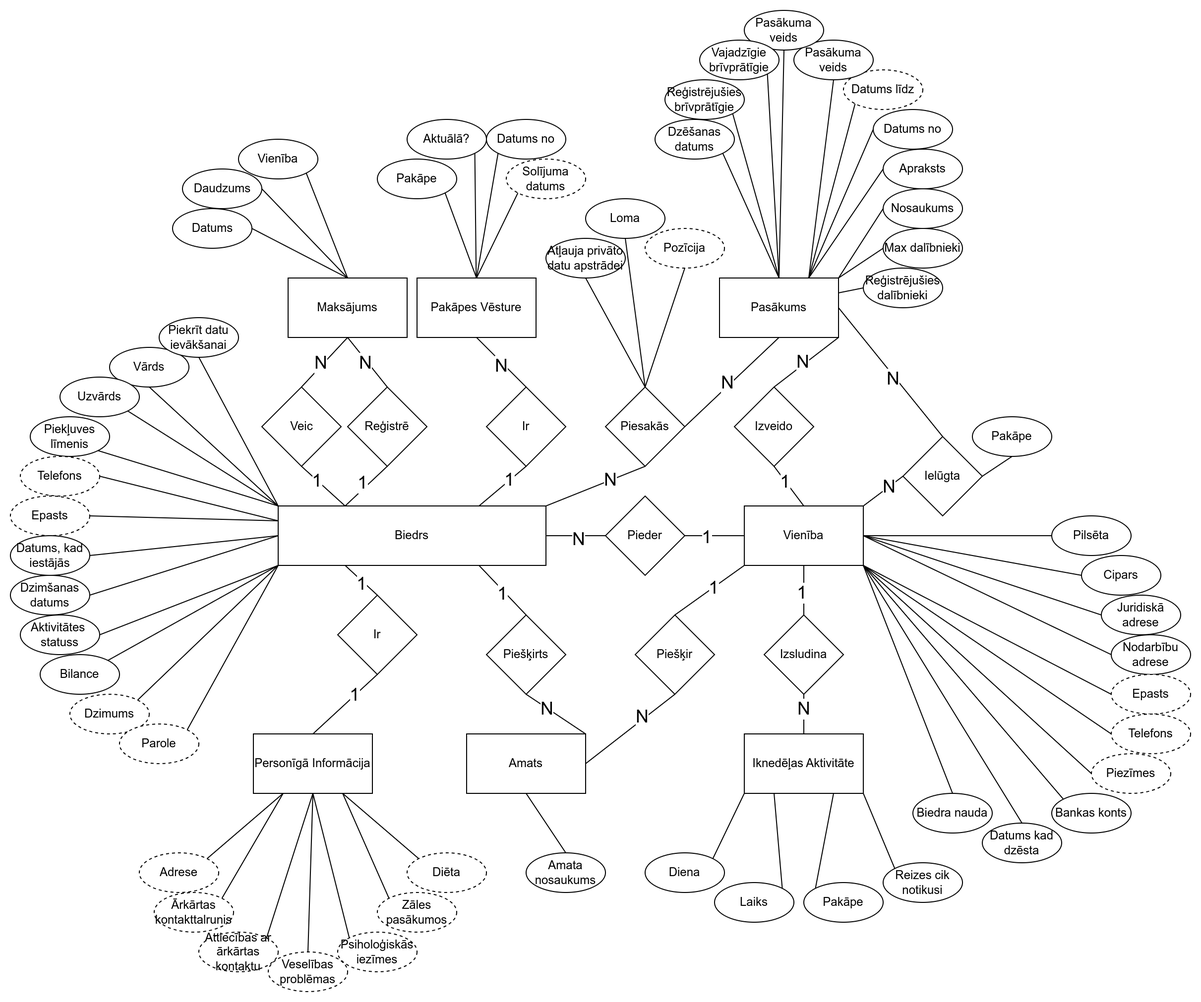
JekabsVanags/LSGCO_IS keeps this draw.io diagram as Documentation/DB_konceptuala_diagramma.png. Above is the earlier version. Source tidied: cells renumbered, new cells last; positions are measured from the earlier drawing's top-left corner, leaving out a move shared by most shapes.
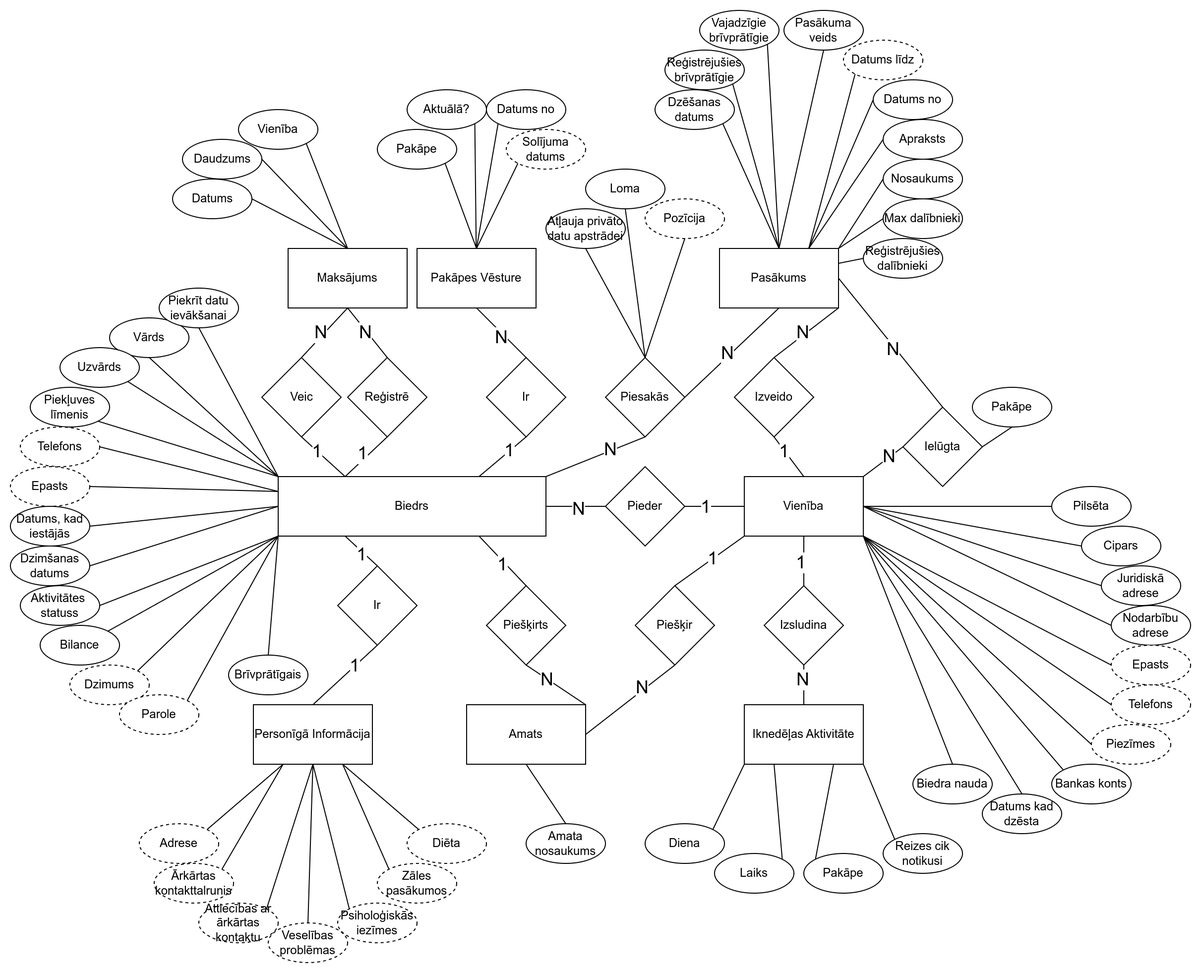
After the change.

Diff of the diagram source:
```diff
@@ -446,17 +446,11 @@
     <mxCell id="139" value="Datums līdz" style="ellipse;whiteSpace=wrap;html=1;dashed=1;" parent="1" vertex="1">
       <mxGeometry x="840" y="60" width="80" height="40" as="geometry" />
     </mxCell>
-    <mxCell id="140" style="edgeStyle=none;shape=connector;rounded=0;jettySize=auto;html=1;exitX=0.5;exitY=1;exitDx=0;exitDy=0;entryX=0.75;entryY=0;entryDx=0;entryDy=0;labelBackgroundColor=default;strokeColor=default;align=center;verticalAlign=middle;fontFamily=Helvetica;fontSize=11;fontColor=default;endArrow=none;endFill=0;" parent="1" edge="1" source="141" target="13">
-      <mxGeometry relative="1" as="geometry" />
-    </mxCell>
-    <mxCell id="141" value="Pasākuma veids" style="ellipse;whiteSpace=wrap;html=1;" parent="1" vertex="1">
-      <mxGeometry x="790" y="30" width="80" height="40" as="geometry" />
-    </mxCell>
     <mxCell id="142" style="edgeStyle=none;shape=connector;rounded=0;jettySize=auto;html=1;exitX=0.5;exitY=1;exitDx=0;exitDy=0;entryX=0.5;entryY=0;entryDx=0;entryDy=0;labelBackgroundColor=default;strokeColor=default;align=center;verticalAlign=middle;fontFamily=Helvetica;fontSize=11;fontColor=default;endArrow=none;endFill=0;" parent="1" edge="1" source="143" target="13">
       <mxGeometry relative="1" as="geometry" />
     </mxCell>
     <mxCell id="143" value="Pasākuma veids" style="ellipse;whiteSpace=wrap;html=1;" parent="1" vertex="1">
-      <mxGeometry x="740" width="80" height="40" as="geometry" />
+      <mxGeometry x="780" y="30" width="80" height="40" as="geometry" />
     </mxCell>
     <mxCell id="144" style="edgeStyle=none;shape=connector;rounded=0;jettySize=auto;html=1;exitX=1;exitY=1;exitDx=0;exitDy=0;entryX=0.5;entryY=0;entryDx=0;entryDy=0;labelBackgroundColor=default;strokeColor=default;align=center;verticalAlign=middle;fontFamily=Helvetica;fontSize=11;fontColor=default;endArrow=none;endFill=0;" parent="1" edge="1" source="145" target="13">
       <mxGeometry relative="1" as="geometry" />
@@ -568,5 +562,13 @@
     <mxCell id="177" value="N" style="edgeLabel;html=1;align=center;verticalAlign=middle;fontSize=18;" parent="1" vertex="1">
       <mxGeometry x="357.6" y="355.1" as="geometry" />
     </mxCell>
+    <mxCell id="178" style="rounded=0;jettySize=auto;html=1;exitX=0.5;exitY=0;exitDx=0;exitDy=0;endArrow=none;endFill=0;" parent="1" edge="1" source="179">
+      <mxGeometry relative="1" as="geometry">
+        <mxPoint x="270" y="560" as="targetPoint" />
+      </mxGeometry>
+    </mxCell>
+    <mxCell id="179" value="Brīvprātīgais" style="ellipse;whiteSpace=wrap;html=1;" parent="1" vertex="1">
+      <mxGeometry x="220" y="680" width="80" height="40" as="geometry" />
+    </mxCell>
   </root>
 </mxGraphModel>
```
